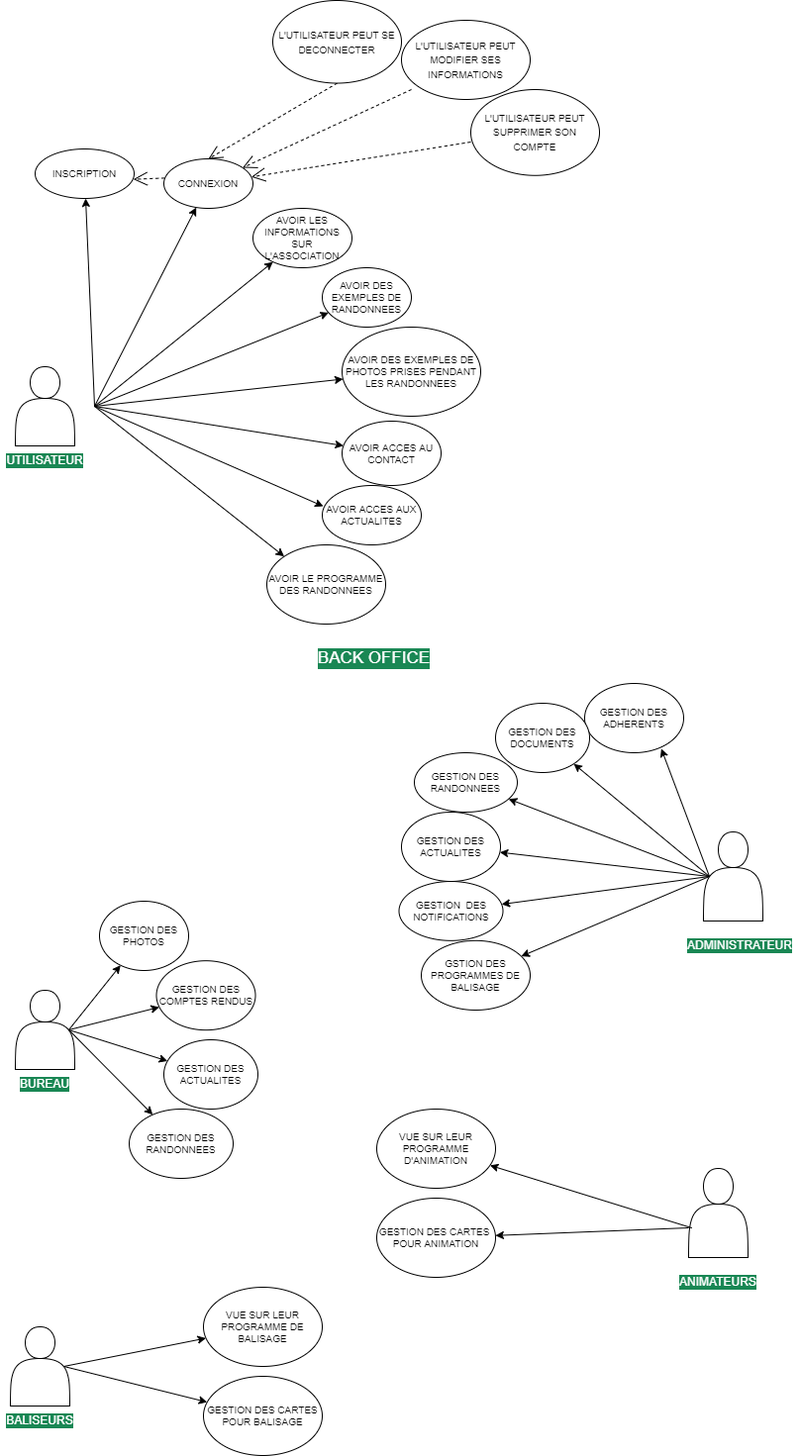
Above: diagramme_use_case.drawio.png in Chanias/les_randonneurs_du_maraisV2 (draw.io), before the change. Source tidied: cells renumbered, new cells last; positions are measured from the earlier drawing's top-left corner, leaving out a move shared by most shapes.
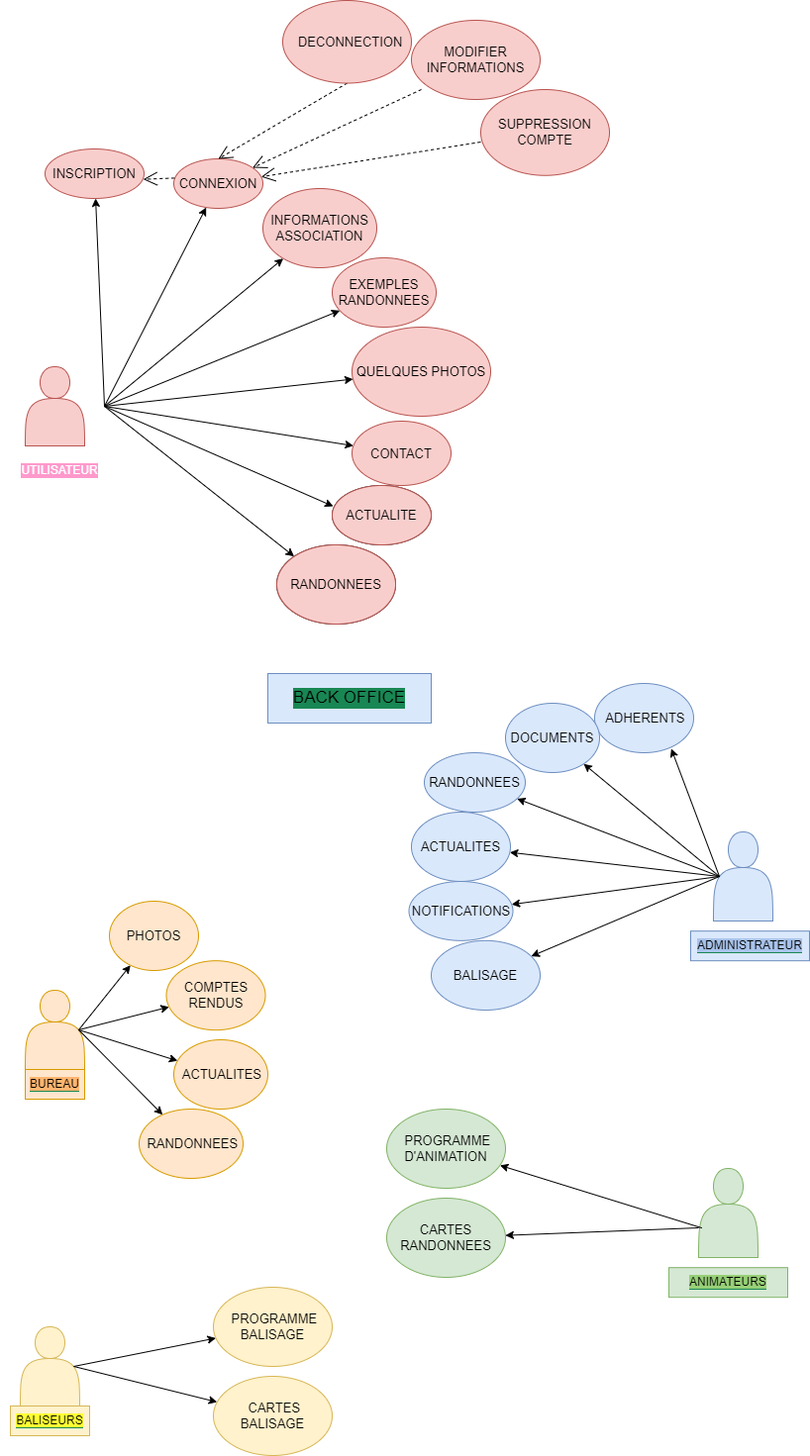
After the change.

Diff of the diagram source:
```diff
@@ -4,6 +4,6 @@
     <mxCell id="1" parent="0" />
-    <mxCell id="2" style="shape=actor;whiteSpace=wrap;html=1;" parent="1" vertex="1">
+    <mxCell id="2" style="shape=actor;whiteSpace=wrap;html=1;fillColor=#f8cecc;strokeColor=#b85450;" parent="1" vertex="1">
       <mxGeometry x="15" y="370" width="60" height="80" as="geometry" />
     </mxCell>
-    <mxCell id="3" style="shape=actor;whiteSpace=wrap;html=1;" parent="1" vertex="1">
+    <mxCell id="3" style="shape=actor;whiteSpace=wrap;html=1;fillColor=#dae8fc;strokeColor=#6c8ebf;" parent="1" vertex="1">
       <mxGeometry x="710" y="840" width="60" height="90" as="geometry" />
@@ -15,3 +15,3 @@
     </mxCell>
-    <mxCell id="5" value="INSCRIPTION" style="ellipse;whiteSpace=wrap;html=1;fontSize=10;" parent="1" vertex="1">
+    <mxCell id="5" value="INSCRIPTION" style="ellipse;whiteSpace=wrap;html=1;fontSize=13;fillColor=#f8cecc;strokeColor=#b85450;" parent="1" vertex="1">
       <mxGeometry x="35" y="150" width="100" height="50" as="geometry" />
@@ -23,3 +23,3 @@
     </mxCell>
-    <mxCell id="7" value="CONNEXION" style="ellipse;whiteSpace=wrap;html=1;fontSize=10;" parent="1" vertex="1">
+    <mxCell id="7" value="CONNEXION" style="ellipse;whiteSpace=wrap;html=1;fontSize=13;fillColor=#f8cecc;strokeColor=#b85450;" parent="1" vertex="1">
       <mxGeometry x="165" y="160" width="90" height="50" as="geometry" />
@@ -31,4 +31,4 @@
     </mxCell>
-    <mxCell id="9" value="AVOIR LES INFORMATIONS SUR L'ASSOCIATION" style="ellipse;whiteSpace=wrap;html=1;fontSize=10;" parent="1" vertex="1">
-      <mxGeometry x="255" y="210" width="100" height="60" as="geometry" />
+    <mxCell id="9" value="INFORMATIONS ASSOCIATION" style="ellipse;whiteSpace=wrap;html=1;fontSize=13;fillColor=#f8cecc;strokeColor=#b85450;" parent="1" vertex="1">
+      <mxGeometry x="255" y="190" width="115" height="80" as="geometry" />
     </mxCell>
@@ -39,4 +39,4 @@
     </mxCell>
-    <mxCell id="11" value="AVOIR DES EXEMPLES DE RANDONNEES" style="ellipse;whiteSpace=wrap;html=1;fontSize=10;" parent="1" vertex="1">
-      <mxGeometry x="325" y="270" width="90" height="60" as="geometry" />
+    <mxCell id="11" value="EXEMPLES RANDONNEES" style="ellipse;whiteSpace=wrap;html=1;fontSize=13;fillColor=#f8cecc;strokeColor=#b85450;" parent="1" vertex="1">
+      <mxGeometry x="325" y="260" width="105" height="70" as="geometry" />
     </mxCell>
@@ -47,3 +47,3 @@
     </mxCell>
-    <mxCell id="13" value="AVOIR DES EXEMPLES DE PHOTOS PRISES PENDANT LES RANDONNEES" style="ellipse;whiteSpace=wrap;html=1;fontSize=10;" parent="1" vertex="1">
+    <mxCell id="13" value="QUELQUES PHOTOS" style="ellipse;whiteSpace=wrap;html=1;fontSize=13;fillColor=#f8cecc;strokeColor=#b85450;" parent="1" vertex="1">
       <mxGeometry x="345" y="330" width="140" height="90" as="geometry" />
@@ -55,3 +55,3 @@
     </mxCell>
-    <mxCell id="15" value="AVOIR ACCES AU CONTACT" style="ellipse;whiteSpace=wrap;html=1;fontSize=10;" parent="1" vertex="1">
+    <mxCell id="15" value="CONTACT" style="ellipse;whiteSpace=wrap;html=1;fontSize=13;fillColor=#f8cecc;strokeColor=#b85450;" parent="1" vertex="1">
       <mxGeometry x="345" y="425" width="100" height="65" as="geometry" />
@@ -66,9 +66,6 @@
     </mxCell>
-    <mxCell id="18" value="&lt;font style=&quot;font-size: 10px;&quot;&gt;L'UTILISATEUR PEUT MODIFIER SES INFORMATIONS&lt;/font&gt;" style="ellipse;whiteSpace=wrap;html=1;fontColor=none;" parent="1" vertex="1">
+    <mxCell id="18" value="&lt;font style=&quot;font-size: 13px;&quot;&gt;MODIFIER INFORMATIONS&lt;/font&gt;" style="ellipse;whiteSpace=wrap;html=1;fillColor=#f8cecc;strokeColor=#b85450;fontSize=13;" parent="1" vertex="1">
       <mxGeometry x="405" y="20" width="130" height="80" as="geometry" />
     </mxCell>
-    <mxCell id="19" value="UTILISATEUR" style="text;html=1;strokeColor=none;fillColor=none;align=center;verticalAlign=middle;whiteSpace=wrap;rounded=0;fontSize=12;fontColor=#FFFFFF;labelBackgroundColor=#198754;" parent="1" vertex="1">
-      <mxGeometry x="15" y="450" width="60" height="30" as="geometry" />
-    </mxCell>
-    <mxCell id="20" value="&lt;font style=&quot;font-size: 10px;&quot;&gt;L'UTILISATEUR PEUT SUPPRIMER SON COMPTE&lt;/font&gt;" style="ellipse;whiteSpace=wrap;html=1;fontColor=none;" parent="1" vertex="1">
+    <mxCell id="20" value="&lt;font style=&quot;font-size: 13px;&quot;&gt;SUPPRESSION COMPTE&lt;/font&gt;" style="ellipse;whiteSpace=wrap;html=1;fillColor=#f8cecc;strokeColor=#b85450;fontSize=13;" parent="1" vertex="1">
       <mxGeometry x="475" y="90" width="130" height="86.8" as="geometry" />
@@ -78,3 +75,3 @@
     </mxCell>
-    <mxCell id="22" value="&lt;font style=&quot;font-size: 10px;&quot;&gt;L'UTILISATEUR PEUT SE DECONNECTER&lt;/font&gt;" style="ellipse;whiteSpace=wrap;html=1;fontColor=none;" parent="1" vertex="1">
+    <mxCell id="22" value="&lt;font style=&quot;font-size: 13px;&quot;&gt;&amp;nbsp; DECONNECTION&lt;/font&gt;" style="ellipse;whiteSpace=wrap;html=1;fillColor=#f8cecc;strokeColor=#b85450;fontSize=13;" parent="1" vertex="1">
       <mxGeometry x="275" width="130" height="83.5" as="geometry" />
@@ -86,3 +83,3 @@
     </mxCell>
-    <mxCell id="24" value="AVOIR ACCES AUX ACTUALITES" style="ellipse;whiteSpace=wrap;html=1;fontSize=10;fontColor=none;" parent="1" vertex="1">
+    <mxCell id="24" value="ACUALITE" style="ellipse;whiteSpace=wrap;html=1;fontSize=10;fontColor=none;" parent="1" vertex="1">
       <mxGeometry x="325" y="490" width="100" height="60" as="geometry" />
@@ -94,3 +91,3 @@
     </mxCell>
-    <mxCell id="26" value="AVOIR LE PROGRAMME DES RANDONNEES" style="ellipse;whiteSpace=wrap;html=1;fontSize=10;fontColor=none;" parent="1" vertex="1">
+    <mxCell id="26" value="RANDONNEES" style="ellipse;whiteSpace=wrap;html=1;fontSize=10;fontColor=none;" parent="1" vertex="1">
       <mxGeometry x="269" y="550" width="120" height="80" as="geometry" />
@@ -102,3 +99,3 @@
     </mxCell>
-    <mxCell id="28" value="ADMINISTRATEUR" style="text;html=1;strokeColor=none;fillColor=none;align=center;verticalAlign=middle;whiteSpace=wrap;rounded=0;labelBackgroundColor=#198754;fontSize=12;fontColor=#FFFFFF;" parent="1" vertex="1">
+    <mxCell id="28" value="&lt;span style=&quot;background-color: rgb(169, 196, 235);&quot;&gt;ADMINISTRATEUR&lt;/span&gt;" style="text;html=1;strokeColor=#6c8ebf;fillColor=#dae8fc;align=center;verticalAlign=middle;whiteSpace=wrap;rounded=0;labelBackgroundColor=#198754;fontSize=12;" parent="1" vertex="1">
       <mxGeometry x="687" y="940.2" width="120" height="30" as="geometry" />
@@ -117,6 +114,6 @@
     </mxCell>
-    <mxCell id="33" style="shape=actor;whiteSpace=wrap;html=1;" parent="1" vertex="1">
+    <mxCell id="33" style="shape=actor;whiteSpace=wrap;html=1;fillColor=#ffe6cc;strokeColor=#d79b00;" parent="1" vertex="1">
       <mxGeometry x="15" y="1000" width="60" height="80" as="geometry" />
     </mxCell>
-    <mxCell id="34" value="BUREAU" style="text;html=1;strokeColor=none;fillColor=none;align=center;verticalAlign=middle;whiteSpace=wrap;rounded=0;fontSize=12;fontColor=#FFFFFF;labelBackgroundColor=#198754;" parent="1" vertex="1">
+    <mxCell id="34" value="&lt;span style=&quot;background-color: rgb(255, 181, 112);&quot;&gt;BUREAU&lt;/span&gt;" style="text;html=1;strokeColor=#d79b00;fillColor=#ffe6cc;align=center;verticalAlign=middle;whiteSpace=wrap;rounded=0;fontSize=12;labelBackgroundColor=#198754;" parent="1" vertex="1">
       <mxGeometry x="15" y="1080" width="60" height="30" as="geometry" />
@@ -135,6 +132,6 @@
     </mxCell>
-    <mxCell id="39" style="shape=actor;whiteSpace=wrap;html=1;" parent="1" vertex="1">
+    <mxCell id="39" style="shape=actor;whiteSpace=wrap;html=1;fillColor=#d5e8d4;strokeColor=#82b366;" parent="1" vertex="1">
       <mxGeometry x="695" y="1180" width="60" height="90" as="geometry" />
     </mxCell>
-    <mxCell id="40" value="ANIMATEURS" style="text;html=1;strokeColor=none;fillColor=none;align=center;verticalAlign=middle;whiteSpace=wrap;rounded=0;labelBackgroundColor=#198754;fontSize=12;fontColor=#FFFFFF;" parent="1" vertex="1">
+    <mxCell id="40" value="&lt;span style=&quot;background-color: rgb(151, 208, 119);&quot;&gt;ANIMATEURS&lt;/span&gt;" style="text;html=1;strokeColor=#82b366;fillColor=#d5e8d4;align=center;verticalAlign=middle;whiteSpace=wrap;rounded=0;labelBackgroundColor=#198754;fontSize=12;" parent="1" vertex="1">
       <mxGeometry x="665" y="1280.2" width="120" height="30" as="geometry" />
@@ -149,6 +146,6 @@
     </mxCell>
-    <mxCell id="43" style="shape=actor;whiteSpace=wrap;html=1;" parent="1" vertex="1">
+    <mxCell id="43" style="shape=actor;whiteSpace=wrap;html=1;fillColor=#fff2cc;strokeColor=#d6b656;" parent="1" vertex="1">
       <mxGeometry x="10" y="1340" width="60" height="80" as="geometry" />
     </mxCell>
-    <mxCell id="44" value="BALISEURS" style="text;html=1;strokeColor=none;fillColor=none;align=center;verticalAlign=middle;whiteSpace=wrap;rounded=0;fontSize=12;fontColor=#FFFFFF;labelBackgroundColor=#198754;" parent="1" vertex="1">
+    <mxCell id="44" value="&lt;span style=&quot;background-color: rgb(255, 255, 51);&quot;&gt;BALISEURS&lt;/span&gt;" style="text;html=1;strokeColor=#d6b656;fillColor=#fff2cc;align=center;verticalAlign=middle;whiteSpace=wrap;rounded=0;fontSize=12;labelBackgroundColor=#198754;" parent="1" vertex="1">
       <mxGeometry y="1420" width="80" height="30" as="geometry" />
@@ -161,15 +158,15 @@
     </mxCell>
-    <mxCell id="47" value="&lt;font style=&quot;font-size: 17px;&quot;&gt;BACK OFFICE&lt;/font&gt;" style="text;html=1;strokeColor=none;fillColor=none;align=center;verticalAlign=middle;whiteSpace=wrap;rounded=0;labelBackgroundColor=#198754;fontSize=12;fontColor=#FFFFFF;" parent="1" vertex="1">
-      <mxGeometry x="295" y="640" width="165" height="50" as="geometry" />
+    <mxCell id="47" value="&lt;font style=&quot;font-size: 17px;&quot;&gt;BACK OFFICE&lt;/font&gt;" style="text;html=1;strokeColor=#6c8ebf;fillColor=#dae8fc;align=center;verticalAlign=middle;whiteSpace=wrap;rounded=0;labelBackgroundColor=#198754;fontSize=12;" parent="1" vertex="1">
+      <mxGeometry x="260" y="680" width="165" height="50" as="geometry" />
     </mxCell>
-    <mxCell id="48" value="&lt;span style=&quot;font-size: 10px;&quot;&gt;&lt;font color=&quot;#000000&quot; style=&quot;font-size: 10px;&quot;&gt;GESTION DES ADHERENTS&lt;/font&gt;&lt;/span&gt;" style="ellipse;whiteSpace=wrap;html=1;labelBackgroundColor=none;fontSize=10;fontColor=#FFFFFF;" parent="1" vertex="1">
+    <mxCell id="48" value="&lt;span style=&quot;font-size: 13px;&quot;&gt;&lt;font color=&quot;#000000&quot; style=&quot;font-size: 13px;&quot;&gt;&amp;nbsp;ADHERENTS&lt;/font&gt;&lt;/span&gt;" style="ellipse;whiteSpace=wrap;html=1;labelBackgroundColor=none;fontSize=13;fillColor=#dae8fc;strokeColor=#6c8ebf;" parent="1" vertex="1">
       <mxGeometry x="590" y="690" width="100" height="70" as="geometry" />
     </mxCell>
-    <mxCell id="49" value="GESTION DES DOCUMENTS" style="ellipse;whiteSpace=wrap;html=1;labelBackgroundColor=none;fontSize=10;fontColor=#000000;" parent="1" vertex="1">
+    <mxCell id="49" value="DOCUMENTS" style="ellipse;whiteSpace=wrap;html=1;labelBackgroundColor=none;fontSize=13;fillColor=#dae8fc;strokeColor=#6c8ebf;" parent="1" vertex="1">
       <mxGeometry x="500" y="710" width="95" height="70" as="geometry" />
     </mxCell>
-    <mxCell id="50" value="GESTION DES RANDONNEES" style="ellipse;whiteSpace=wrap;html=1;labelBackgroundColor=none;fontSize=10;fontColor=#000000;" parent="1" vertex="1">
-      <mxGeometry x="418" y="760" width="104" height="60" as="geometry" />
+    <mxCell id="50" value="RANDONNEES" style="ellipse;whiteSpace=wrap;html=1;labelBackgroundColor=none;fontSize=13;fillColor=#dae8fc;strokeColor=#6c8ebf;" parent="1" vertex="1">
+      <mxGeometry x="418" y="760" width="102" height="60" as="geometry" />
     </mxCell>
-    <mxCell id="51" value="GESTION DES ACTUALITES" style="ellipse;whiteSpace=wrap;html=1;labelBackgroundColor=none;fontSize=10;fontColor=#000000;" parent="1" vertex="1">
+    <mxCell id="51" value="ACTUALITES" style="ellipse;whiteSpace=wrap;html=1;labelBackgroundColor=none;fontSize=13;fillColor=#dae8fc;strokeColor=#6c8ebf;" parent="1" vertex="1">
       <mxGeometry x="405" y="820" width="100" height="70" as="geometry" />
@@ -179,27 +176,27 @@
     </mxCell>
-    <mxCell id="53" value="&lt;font style=&quot;font-size: 10px;&quot;&gt;GESTION&amp;nbsp; DES NOTIFICATIONS&lt;/font&gt;" style="ellipse;whiteSpace=wrap;html=1;labelBackgroundColor=none;fontSize=10;fontColor=#000000;" parent="1" vertex="1">
+    <mxCell id="53" value="&lt;font style=&quot;font-size: 13px;&quot;&gt;NOTIFICATIONS&lt;/font&gt;" style="ellipse;whiteSpace=wrap;html=1;labelBackgroundColor=none;fontSize=13;fillColor=#dae8fc;strokeColor=#6c8ebf;" parent="1" vertex="1">
       <mxGeometry x="402.5" y="890" width="105" height="59.8" as="geometry" />
     </mxCell>
-    <mxCell id="54" value="GESTION DES CARTES POUR BALISAGE" style="ellipse;whiteSpace=wrap;html=1;labelBackgroundColor=none;fontSize=10;fontColor=#000000;" parent="1" vertex="1">
+    <mxCell id="54" value="&amp;nbsp;CARTES BALISAGE" style="ellipse;whiteSpace=wrap;html=1;labelBackgroundColor=none;fontSize=13;fillColor=#fff2cc;strokeColor=#d6b656;" parent="1" vertex="1">
       <mxGeometry x="205" y="1390" width="120" height="80" as="geometry" />
     </mxCell>
-    <mxCell id="55" value="VUE SUR LEUR PROGRAMME DE BALISAGE" style="ellipse;whiteSpace=wrap;html=1;labelBackgroundColor=none;fontSize=10;fontColor=#000000;" parent="1" vertex="1">
+    <mxCell id="55" value="&amp;nbsp;PROGRAMME BALISAGE" style="ellipse;whiteSpace=wrap;html=1;labelBackgroundColor=none;fontSize=13;fillColor=#fff2cc;strokeColor=#d6b656;" parent="1" vertex="1">
       <mxGeometry x="205" y="1300" width="120" height="80" as="geometry" />
     </mxCell>
-    <mxCell id="56" value="GESTION DES CARTES&amp;nbsp; POUR ANIMATION" style="ellipse;whiteSpace=wrap;html=1;labelBackgroundColor=none;fontSize=10;fontColor=#000000;" parent="1" vertex="1">
+    <mxCell id="56" value="CARTES RANDONNEES" style="ellipse;whiteSpace=wrap;html=1;labelBackgroundColor=none;fontSize=13;fillColor=#d5e8d4;strokeColor=#82b366;" parent="1" vertex="1">
       <mxGeometry x="380" y="1210" width="120" height="80" as="geometry" />
     </mxCell>
-    <mxCell id="57" value="VUE SUR LEUR PROGRAMME D'ANIMATION" style="ellipse;whiteSpace=wrap;html=1;labelBackgroundColor=none;fontSize=10;fontColor=#000000;" parent="1" vertex="1">
+    <mxCell id="57" value="&amp;nbsp;PROGRAMME D'ANIMATION" style="ellipse;whiteSpace=wrap;html=1;labelBackgroundColor=none;fontSize=13;fillColor=#d5e8d4;strokeColor=#82b366;" parent="1" vertex="1">
       <mxGeometry x="380" y="1120" width="120" height="80" as="geometry" />
     </mxCell>
-    <mxCell id="58" value="GESTION DES PHOTOS" style="ellipse;whiteSpace=wrap;html=1;labelBackgroundColor=none;fontSize=10;fontColor=#000000;" parent="1" vertex="1">
+    <mxCell id="58" value="PHOTOS" style="ellipse;whiteSpace=wrap;html=1;labelBackgroundColor=none;fontSize=13;fillColor=#ffe6cc;strokeColor=#d79b00;" parent="1" vertex="1">
       <mxGeometry x="100" y="910" width="90" height="70" as="geometry" />
     </mxCell>
-    <mxCell id="59" value="GESTION DES COMPTES RENDUS" style="ellipse;whiteSpace=wrap;html=1;labelBackgroundColor=none;fontSize=10;fontColor=#000000;" parent="1" vertex="1">
+    <mxCell id="59" value="COMPTES RENDUS" style="ellipse;whiteSpace=wrap;html=1;labelBackgroundColor=none;fontSize=13;fillColor=#ffe6cc;strokeColor=#d79b00;" parent="1" vertex="1">
       <mxGeometry x="157.5" y="970.2" width="100" height="70" as="geometry" />
     </mxCell>
-    <mxCell id="60" value="GESTION DES ACTUALITES" style="ellipse;whiteSpace=wrap;html=1;labelBackgroundColor=none;fontSize=10;fontColor=#000000;" parent="1" vertex="1">
+    <mxCell id="60" value="&amp;nbsp;ACTUALITES" style="ellipse;whiteSpace=wrap;html=1;labelBackgroundColor=none;fontSize=13;fillColor=#ffe6cc;strokeColor=#d79b00;" parent="1" vertex="1">
       <mxGeometry x="165" y="1050" width="95" height="70" as="geometry" />
     </mxCell>
-    <mxCell id="61" value="GESTION DES RANDONNEES" style="ellipse;whiteSpace=wrap;html=1;labelBackgroundColor=none;fontSize=10;fontColor=#000000;" parent="1" vertex="1">
+    <mxCell id="61" value="&amp;nbsp;RANDONNEES" style="ellipse;whiteSpace=wrap;html=1;labelBackgroundColor=none;fontSize=13;fillColor=#ffe6cc;strokeColor=#d79b00;" parent="1" vertex="1">
       <mxGeometry x="130" y="1120" width="105" height="70" as="geometry" />
@@ -209,5 +206,14 @@
     </mxCell>
-    <mxCell id="63" value="GSTION DES PROGRAMMES DE BALISAGE" style="ellipse;whiteSpace=wrap;html=1;labelBackgroundColor=none;fontSize=10;fontColor=#000000;" parent="1" vertex="1">
+    <mxCell id="63" value="BALISAGE" style="ellipse;whiteSpace=wrap;html=1;labelBackgroundColor=none;fontSize=13;fillColor=#dae8fc;strokeColor=#6c8ebf;" parent="1" vertex="1">
       <mxGeometry x="425" y="949.8" width="110" height="70.2" as="geometry" />
     </mxCell>
+    <mxCell id="64" value="RANDONNEES" style="ellipse;whiteSpace=wrap;html=1;fontSize=13;fillColor=#f8cecc;strokeColor=#b85450;" parent="1" vertex="1">
+      <mxGeometry x="269" y="550" width="120" height="80" as="geometry" />
+    </mxCell>
+    <mxCell id="65" value="ACTUALITE" style="ellipse;whiteSpace=wrap;html=1;fontSize=13;fillColor=#f8cecc;strokeColor=#b85450;" parent="1" vertex="1">
+      <mxGeometry x="325" y="490" width="100" height="60" as="geometry" />
+    </mxCell>
+    <mxCell id="19" value="UTILISATEUR" style="text;html=1;strokeColor=none;fillColor=none;align=center;verticalAlign=middle;whiteSpace=wrap;rounded=0;labelBackgroundColor=#FF99CC;fontSize=12;fontColor=#FFFFFF;" parent="1" vertex="1">
+      <mxGeometry x="-10" y="460" width="120" height="30" as="geometry" />
+    </mxCell>
   </root>
```
